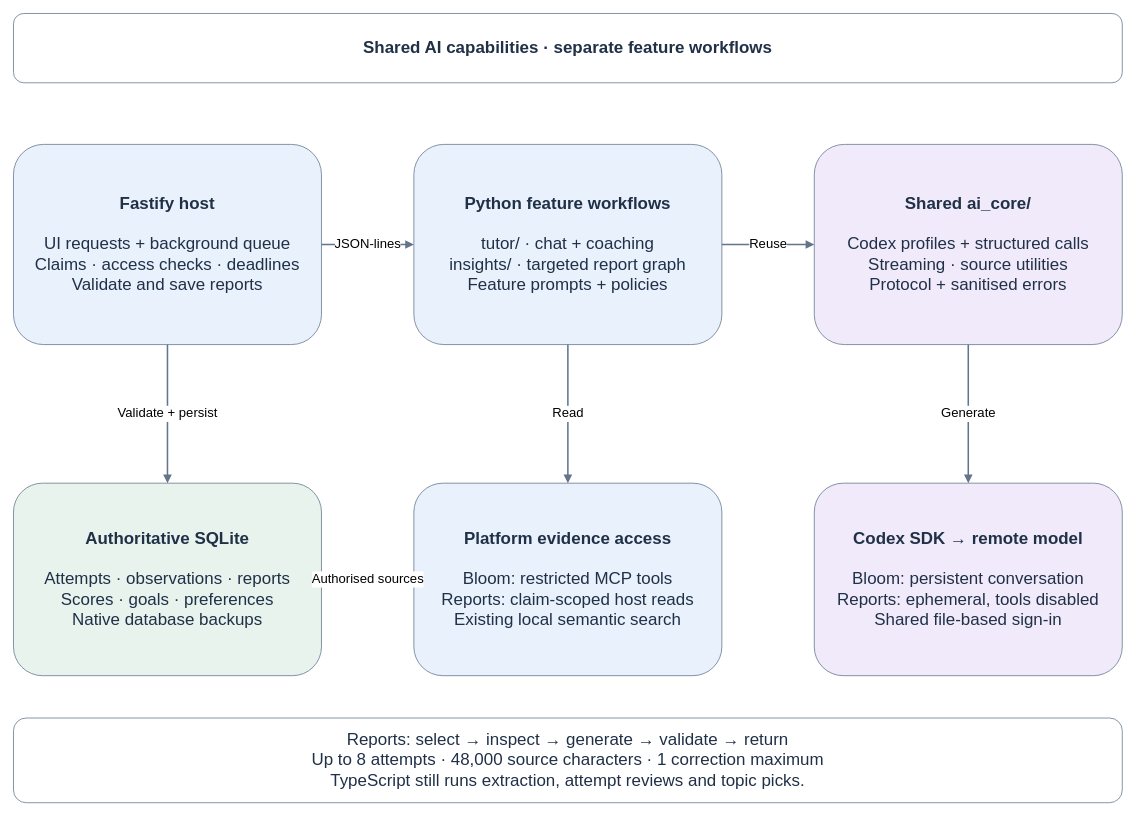
Above: page "Shared Python AI" (3 of 3) of docs/architecture/bloomcode.drawio in pritanb/bloomcode (draw.io), before the change. Source tidied: cells renumbered, new cells numbered last; positions are measured from the earlier drawing's top-left corner, leaving out a move shared by most shapes. Both pictures are drawn from the tidied source at 77%, with x=0, y=0 at pixel (13, 13).
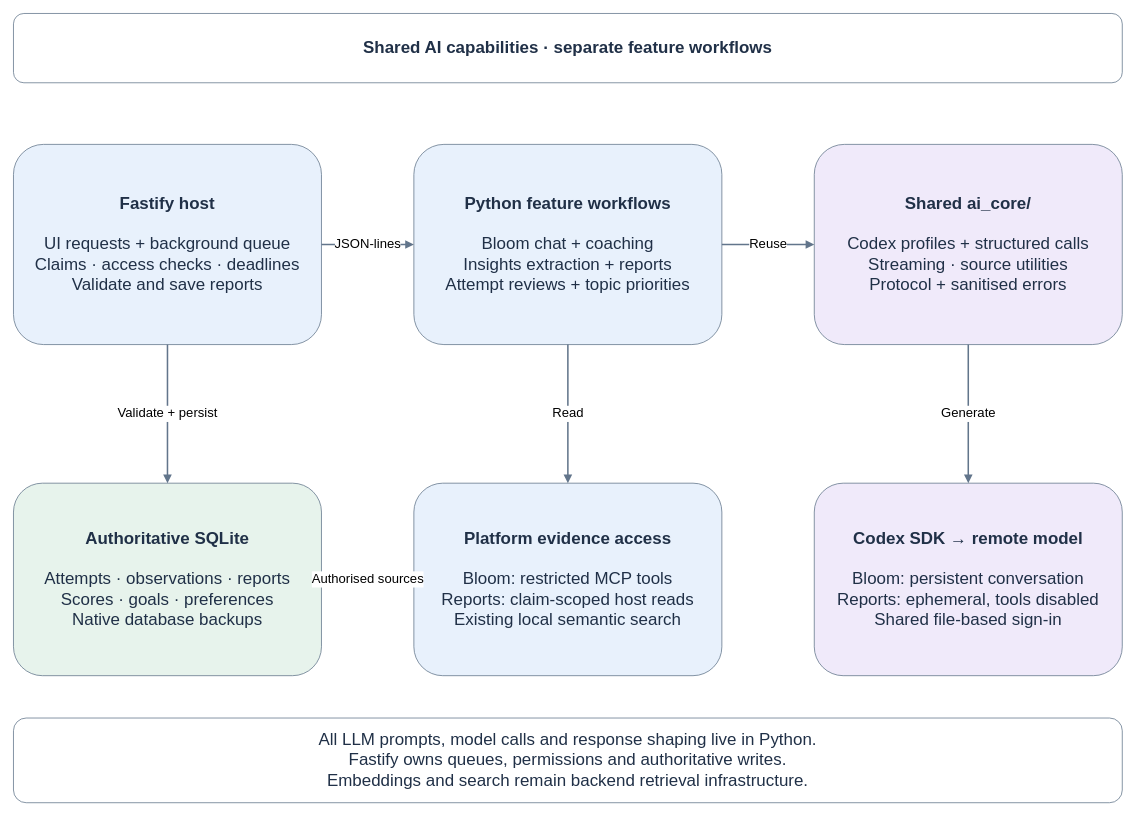
Above is the later version.

Commit message (it also covers changes not shown here):
docs(ai): document Python ownership of all LLM features

The edit, as a diff of the source:
```diff
@@
 <mxGraphModel background="#ffffff">
   <root>
     <mxCell id="0" />
     <mxCell id="1" parent="0" />
     <mxCell id="2" value="&lt;b&gt;Shared AI capabilities · separate feature workflows&lt;/b&gt;" style="rounded=1;whiteSpace=wrap;html=1;fillColor=#ffffff;strokeColor=#62758b;fontFamily=Helvetica;fontSize=22;fontColor=#203047;spacing=20;" parent="1" vertex="1">
       <mxGeometry width="1440" height="90" as="geometry" />
     </mxCell>
     <mxCell id="3" value="&lt;b&gt;Fastify host&lt;/b&gt;&lt;br&gt;&lt;br&gt;UI requests + background queue&lt;br&gt;Claims · access checks · deadlines&lt;br&gt;Validate and save reports" style="rounded=1;whiteSpace=wrap;html=1;fillColor=#e8f1fc;strokeColor=#62758b;fontFamily=Helvetica;fontSize=22;fontColor=#203047;spacing=20;" parent="1" vertex="1">
       <mxGeometry y="170" width="400" height="260" as="geometry" />
     </mxCell>
-    <mxCell id="4" value="&lt;b&gt;Python feature workflows&lt;/b&gt;&lt;br&gt;&lt;br&gt;tutor/ · chat + coaching&lt;br&gt;insights/ · targeted report graph&lt;br&gt;Feature prompts + policies" style="rounded=1;whiteSpace=wrap;html=1;fillColor=#e8f1fc;strokeColor=#62758b;fontFamily=Helvetica;fontSize=22;fontColor=#203047;spacing=20;" parent="1" vertex="1">
+    <mxCell id="4" value="&lt;b&gt;Python feature workflows&lt;/b&gt;&lt;br&gt;&lt;br&gt;Bloom chat + coaching&lt;br&gt;Insights extraction + reports&lt;br&gt;Attempt reviews + topic priorities" style="rounded=1;whiteSpace=wrap;html=1;fillColor=#e8f1fc;strokeColor=#62758b;fontFamily=Helvetica;fontSize=22;fontColor=#203047;spacing=20;" parent="1" vertex="1">
       <mxGeometry x="520" y="170" width="400" height="260" as="geometry" />
     </mxCell>
     <mxCell id="5" value="&lt;b&gt;Shared ai_core/&lt;/b&gt;&lt;br&gt;&lt;br&gt;Codex profiles + structured calls&lt;br&gt;Streaming · source utilities&lt;br&gt;Protocol + sanitised errors" style="rounded=1;whiteSpace=wrap;html=1;fillColor=#f0eafa;strokeColor=#62758b;fontFamily=Helvetica;fontSize=22;fontColor=#203047;spacing=20;" parent="1" vertex="1">
       <mxGeometry x="1040" y="170" width="400" height="260" as="geometry" />
     </mxCell>
     <mxCell id="6" value="&lt;b&gt;Authoritative SQLite&lt;/b&gt;&lt;br&gt;&lt;br&gt;Attempts · observations · reports&lt;br&gt;Scores · goals · preferences&lt;br&gt;Native database backups" style="rounded=1;whiteSpace=wrap;html=1;fillColor=#e7f3ec;strokeColor=#62758b;fontFamily=Helvetica;fontSize=22;fontColor=#203047;spacing=20;" parent="1" vertex="1">
       <mxGeometry y="610" width="400" height="250" as="geometry" />
     </mxCell>
     <mxCell id="7" value="&lt;b&gt;Platform evidence access&lt;/b&gt;&lt;br&gt;&lt;br&gt;Bloom: restricted MCP tools&lt;br&gt;Reports: claim-scoped host reads&lt;br&gt;Existing local semantic search" style="rounded=1;whiteSpace=wrap;html=1;fillColor=#e8f1fc;strokeColor=#62758b;fontFamily=Helvetica;fontSize=22;fontColor=#203047;spacing=20;" parent="1" vertex="1">
       <mxGeometry x="520" y="610" width="400" height="250" as="geometry" />
     </mxCell>
     <mxCell id="8" value="&lt;b&gt;Codex SDK → remote model&lt;/b&gt;&lt;br&gt;&lt;br&gt;Bloom: persistent conversation&lt;br&gt;Reports: ephemeral, tools disabled&lt;br&gt;Shared file-based sign-in" style="rounded=1;whiteSpace=wrap;html=1;fillColor=#f0eafa;strokeColor=#62758b;fontFamily=Helvetica;fontSize=22;fontColor=#203047;spacing=20;" parent="1" vertex="1">
       <mxGeometry x="1040" y="610" width="400" height="250" as="geometry" />
     </mxCell>
     <mxCell id="9" value="JSON-lines" style="edgeStyle=orthogonalEdgeStyle;rounded=1;html=1;endArrow=block;strokeColor=#62758b;strokeWidth=2;fontSize=17;labelBackgroundColor=#ffffff;" parent="1" edge="1" source="3" target="4">
       <mxGeometry relative="1" as="geometry" />
     </mxCell>
     <mxCell id="10" value="Reuse" style="edgeStyle=orthogonalEdgeStyle;rounded=1;html=1;endArrow=block;strokeColor=#62758b;strokeWidth=2;fontSize=17;labelBackgroundColor=#ffffff;" parent="1" edge="1" source="4" target="5">
       <mxGeometry relative="1" as="geometry" />
     </mxCell>
     <mxCell id="11" value="Generate" style="edgeStyle=orthogonalEdgeStyle;rounded=1;html=1;endArrow=block;strokeColor=#62758b;strokeWidth=2;fontSize=17;labelBackgroundColor=#ffffff;" parent="1" edge="1" source="5" target="8">
       <mxGeometry relative="1" as="geometry" />
     </mxCell>
     <mxCell id="12" value="Validate + persist" style="edgeStyle=orthogonalEdgeStyle;rounded=1;html=1;endArrow=block;strokeColor=#62758b;strokeWidth=2;fontSize=17;labelBackgroundColor=#ffffff;" parent="1" edge="1" source="3" target="6">
       <mxGeometry relative="1" as="geometry" />
     </mxCell>
     <mxCell id="13" value="Read" style="edgeStyle=orthogonalEdgeStyle;rounded=1;html=1;endArrow=block;strokeColor=#62758b;strokeWidth=2;fontSize=17;labelBackgroundColor=#ffffff;" parent="1" edge="1" source="4" target="7">
       <mxGeometry relative="1" as="geometry" />
     </mxCell>
     <mxCell id="14" value="Authorised sources" style="edgeStyle=orthogonalEdgeStyle;rounded=1;html=1;endArrow=block;strokeColor=#62758b;strokeWidth=2;fontSize=17;labelBackgroundColor=#ffffff;" parent="1" edge="1" source="7" target="6">
       <mxGeometry relative="1" as="geometry" />
     </mxCell>
-    <mxCell id="15" value="Reports: select → inspect → generate → validate → return&lt;br&gt;Up to 8 attempts · 48,000 source characters · 1 correction maximum&lt;br&gt;TypeScript still runs extraction, attempt reviews and topic picks." style="rounded=1;whiteSpace=wrap;html=1;fillColor=#ffffff;strokeColor=#62758b;fontFamily=Helvetica;fontSize=22;fontColor=#203047;spacing=20;" parent="1" vertex="1">
+    <mxCell id="15" value="All LLM prompts, model calls and response shaping live in Python.&lt;br&gt;Fastify owns queues, permissions and authoritative writes.&lt;br&gt;Embeddings and search remain backend retrieval infrastructure." style="rounded=1;whiteSpace=wrap;html=1;fillColor=#ffffff;strokeColor=#62758b;fontFamily=Helvetica;fontSize=22;fontColor=#203047;spacing=20;" parent="1" vertex="1">
       <mxGeometry y="915" width="1440" height="110" as="geometry" />
     </mxCell>
   </root>
 </mxGraphModel>
```
